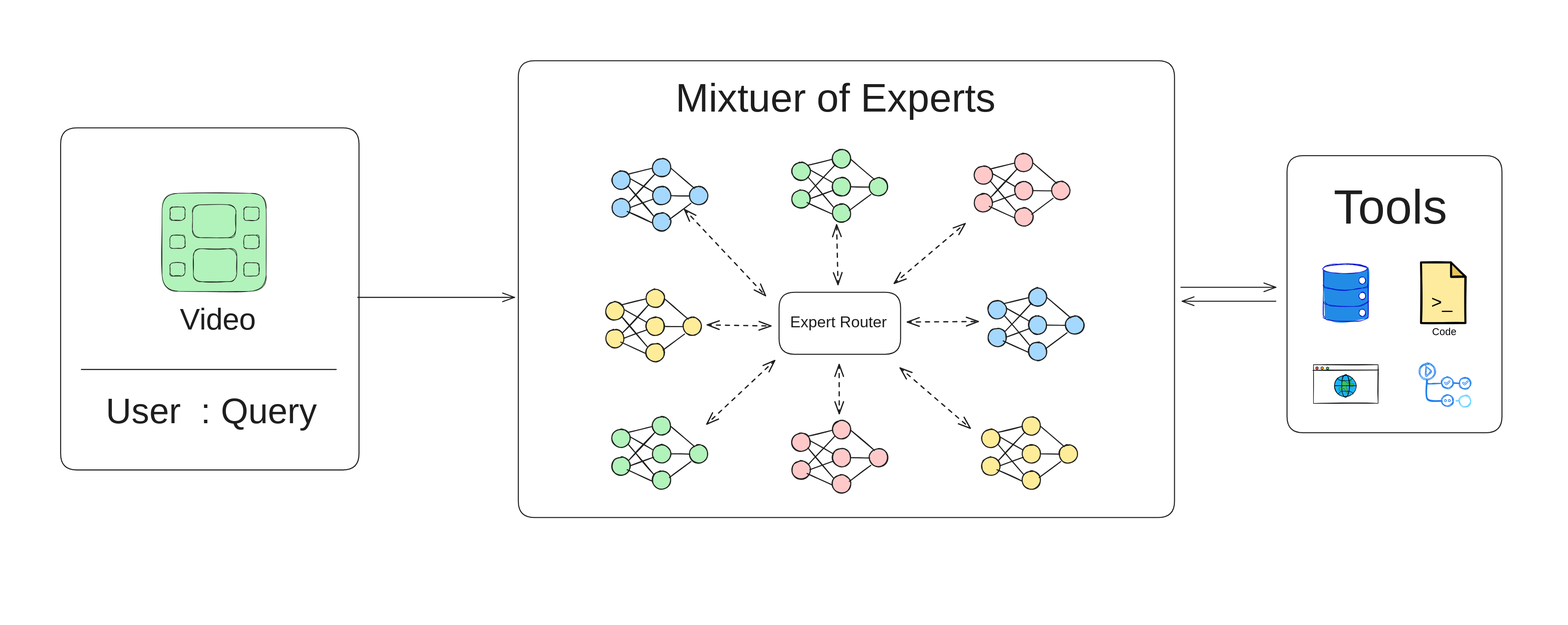
Above: static/images/vagi-arch.svg in vagi-ai/vagi-ai.github.io (Excalidraw), before the change. Source tidied: one line per element, renumbered; positions are measured from the earlier drawing's top-left corner, leaving out a move shared by most shapes.
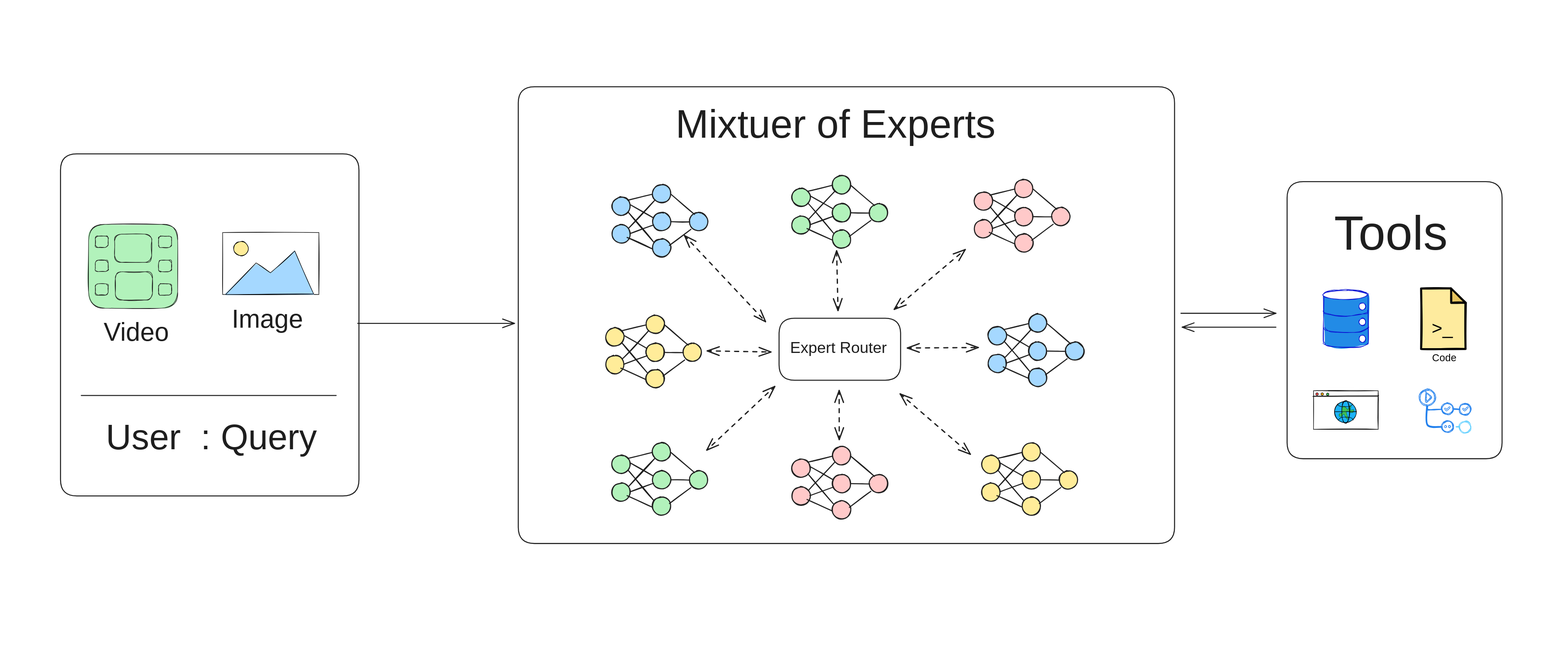
The same file after the commit.

The edit, as a diff of the source:
```diff
@@ -1,14 +1,14 @@
-{"id": 0, "type": "ellipse", "strokeColor": "#1e1e1e", "strokeWidth": 1, "roughness": 1, "opacity": 0, "x": 240, "y": 337, "width": 347, "height": 347}
+{"id": 0, "type": "ellipse", "strokeColor": "#1e1e1e", "strokeWidth": 1, "roughness": 1, "opacity": 0, "x": 105, "y": 352, "width": 297, "height": 297}
-{"id": 1, "type": "text", "text": "Video", "strokeColor": "#1e1e1e", "backgroundColor": "#b2f2bb", "fillStyle": "solid", "strokeWidth": 1, "roughness": 1, "fontSize": 59.4, "fontFamily": 6, "textAlign": "center", "x": 342, "y": 584, "width": 157, "height": 74}
+{"id": 1, "type": "text", "text": "Video", "strokeColor": "#1e1e1e", "backgroundColor": "#b2f2bb", "fillStyle": "solid", "strokeWidth": 1, "roughness": 1, "fontSize": 50.83, "fontFamily": 6, "textAlign": "center", "x": 192, "y": 564, "width": 134, "height": 64}
-{"id": 2, "type": "rectangle", "strokeColor": "#1e1e1e", "backgroundColor": "#b2f2bb", "fillStyle": "solid", "strokeWidth": 1, "roughness": 1, "round": true, "x": 310, "y": 372, "width": 206, "height": 194}
+{"id": 2, "type": "rectangle", "strokeColor": "#1e1e1e", "backgroundColor": "#b2f2bb", "fillStyle": "solid", "strokeWidth": 1, "roughness": 1, "round": true, "x": 165, "y": 382, "width": 176, "height": 166}
-{"id": 3, "type": "rectangle", "strokeColor": "#1e1e1e", "backgroundColor": "#b2f2bb", "fillStyle": "solid", "strokeWidth": 1, "roughness": 1, "round": true, "x": 326, "y": 399, "width": 30, "height": 26}
+{"id": 3, "type": "rectangle", "strokeColor": "#1e1e1e", "backgroundColor": "#b2f2bb", "fillStyle": "solid", "strokeWidth": 1, "roughness": 1, "round": true, "x": 178, "y": 405, "width": 26, "height": 22}
-{"id": 4, "type": "rectangle", "strokeColor": "#1e1e1e", "backgroundColor": "#b2f2bb", "fillStyle": "solid", "strokeWidth": 1, "roughness": 1, "round": true, "x": 326, "y": 509, "width": 30, "height": 26}
+{"id": 4, "type": "rectangle", "strokeColor": "#1e1e1e", "backgroundColor": "#b2f2bb", "fillStyle": "solid", "strokeWidth": 1, "roughness": 1, "round": true, "x": 178, "y": 499, "width": 26, "height": 22}
-{"id": 5, "type": "rectangle", "strokeColor": "#1e1e1e", "backgroundColor": "#b2f2bb", "fillStyle": "solid", "strokeWidth": 1, "roughness": 1, "round": true, "x": 326, "y": 455, "width": 30, "height": 26}
+{"id": 5, "type": "rectangle", "strokeColor": "#1e1e1e", "backgroundColor": "#b2f2bb", "fillStyle": "solid", "strokeWidth": 1, "roughness": 1, "round": true, "x": 178, "y": 453, "width": 26, "height": 22}
-{"id": 6, "type": "rectangle", "strokeColor": "#1e1e1e", "backgroundColor": "#b2f2bb", "fillStyle": "solid", "strokeWidth": 1, "roughness": 1, "round": true, "x": 472, "y": 509, "width": 30, "height": 26}
+{"id": 6, "type": "rectangle", "strokeColor": "#1e1e1e", "backgroundColor": "#b2f2bb", "fillStyle": "solid", "strokeWidth": 1, "roughness": 1, "round": true, "x": 304, "y": 499, "width": 26, "height": 22}
-{"id": 7, "type": "rectangle", "strokeColor": "#1e1e1e", "backgroundColor": "#b2f2bb", "fillStyle": "solid", "strokeWidth": 1, "roughness": 1, "round": true, "x": 472, "y": 455, "width": 30, "height": 26}
+{"id": 7, "type": "rectangle", "strokeColor": "#1e1e1e", "backgroundColor": "#b2f2bb", "fillStyle": "solid", "strokeWidth": 1, "roughness": 1, "round": true, "x": 304, "y": 453, "width": 26, "height": 22}
-{"id": 8, "type": "rectangle", "strokeColor": "#1e1e1e", "backgroundColor": "#b2f2bb", "fillStyle": "solid", "strokeWidth": 1, "roughness": 1, "round": true, "x": 472, "y": 399, "width": 30, "height": 26}
+{"id": 8, "type": "rectangle", "strokeColor": "#1e1e1e", "backgroundColor": "#b2f2bb", "fillStyle": "solid", "strokeWidth": 1, "roughness": 1, "round": true, "x": 304, "y": 405, "width": 26, "height": 22}
-{"id": 9, "type": "rectangle", "strokeColor": "#1e1e1e", "backgroundColor": "#b2f2bb", "fillStyle": "solid", "strokeWidth": 1, "roughness": 1, "round": true, "x": 372, "y": 481, "width": 86, "height": 65}
+{"id": 9, "type": "rectangle", "strokeColor": "#1e1e1e", "backgroundColor": "#b2f2bb", "fillStyle": "solid", "strokeWidth": 1, "roughness": 1, "round": true, "x": 218, "y": 476, "width": 74, "height": 56}
-{"id": 10, "type": "rectangle", "strokeColor": "#1e1e1e", "backgroundColor": "#b2f2bb", "fillStyle": "solid", "strokeWidth": 1, "roughness": 1, "round": true, "x": 370, "y": 394, "width": 86, "height": 65}
+{"id": 10, "type": "rectangle", "strokeColor": "#1e1e1e", "backgroundColor": "#b2f2bb", "fillStyle": "solid", "strokeWidth": 1, "roughness": 1, "round": true, "x": 216, "y": 401, "width": 74, "height": 56}
 {"id": 11, "type": "rectangle", "strokeColor": "#1e1e1e", "strokeWidth": 2, "roughness": 0, "round": true, "x": 110, "y": 243, "width": 590, "height": 676}
 {"id": 12, "type": "line", "strokeColor": "#1e1e1e", "strokeWidth": 2, "roughness": 0, "round": true, "x": 151, "y": 720, "width": 504, "height": 0, "points": [[0, 0], [504, 0]]}
 {"id": 13, "type": "text", "text": "User  : Query", "strokeColor": "#1e1e1e", "strokeWidth": 2, "roughness": 0, "fontSize": 69.6, "fontFamily": 6, "textAlign": "center", "x": 202, "y": 760, "width": 411, "height": 87}
@@ -193,3 +193,8 @@
 {"id": 192, "type": "line", "strokeColor": "#2280ed", "strokeWidth": 2, "roughness": 1, "round": true, "x": 2864, "y": 747, "width": 11, "height": 0, "points": [[0, 0], [11, 0]]}
 {"id": 193, "type": "ellipse", "strokeColor": "#2280ed", "backgroundColor": "#2280ed", "fillStyle": "cross-hatch", "strokeWidth": 1, "roughness": 1, "x": 2845, "y": 779, "width": 4, "height": 4}
 {"id": 194, "type": "ellipse", "strokeColor": "#2280ed", "backgroundColor": "#2280ed", "fillStyle": "cross-hatch", "strokeWidth": 1, "roughness": 1, "x": 2853, "y": 779, "width": 4, "height": 4}
+{"id": 195, "type": "rectangle", "strokeColor": "#000000", "strokeWidth": 1, "roughness": 1, "x": 430, "y": 398, "width": 190, "height": 123}
+{"id": 196, "type": "line", "strokeColor": "#000000", "backgroundColor": "#a5d8ff", "fillStyle": "solid", "strokeWidth": 1, "roughness": 1, "x": 436, "y": 521, "width": 174, "height": 86, "points": [[0, 0], [60, -62], [89, -43], [137, -86], [174, -1], [0, 0]]}
+{"id": 197, "type": "ellipse", "strokeColor": "#000000", "backgroundColor": "#ffec99", "fillStyle": "solid", "strokeWidth": 1, "roughness": 1, "x": 452, "y": 416, "width": 29, "height": 29}
+{"id": 198, "type": "text", "text": "Image", "strokeColor": "#1e1e1e", "backgroundColor": "#b2f2bb", "fillStyle": "solid", "strokeWidth": 1, "roughness": 1, "fontSize": 50.83, "fontFamily": 6, "textAlign": "center", "x": 448, "y": 538, "width": 141, "height": 64}
+{"id": 199, "type": "line", "strokeColor": "#2f9e44", "strokeWidth": 4, "roughness": 0, "opacity": 0, "round": true, "x": 609, "y": -51, "width": 0, "height": 293, "points": [[0, 0], [0, 293]]}
```
